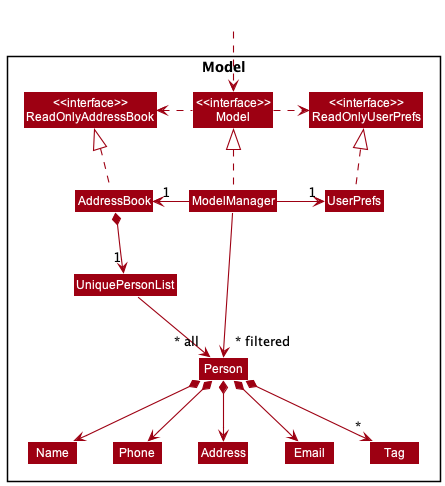
The PlantUML diagram docs/images/ModelClassDiagram.png in nus-cs2103-AY2223S1/tp, before a commit.
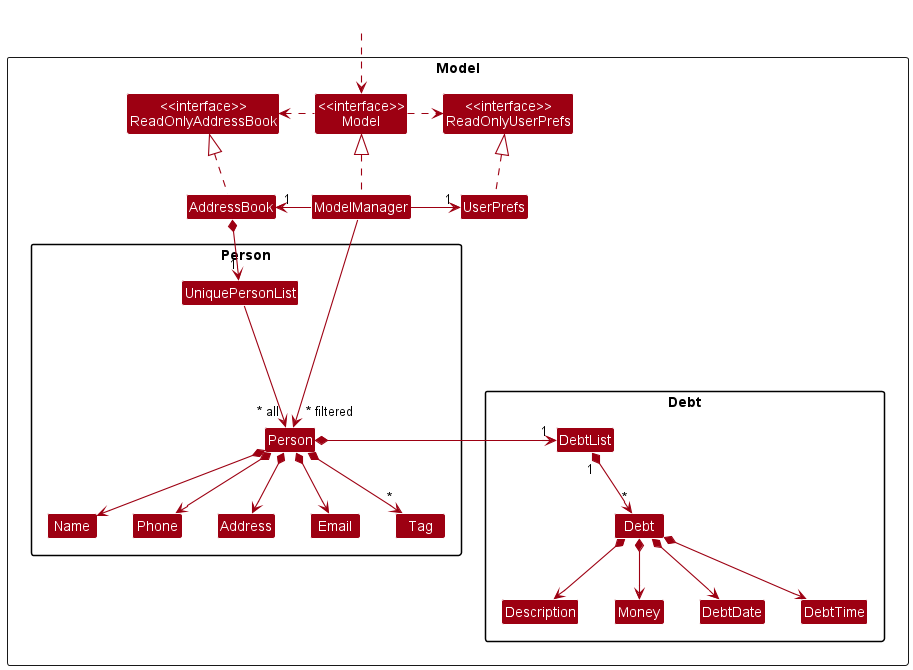
The same file after the commit.

Commit message:
Update DG Model section

The edit, as a diff of the source:
```diff
@@ -12,13 +12,24 @@
 Class ModelManager
 Class UserPrefs
 
-Class UniquePersonList
-Class Person
-Class Address
-Class Email
-Class Name
-Class Phone
-Class Tag
+package "Person" {
+    Class UniquePersonList
+    Class Person
+    Class Address
+    Class Email
+    Class Name
+    Class Phone
+    Class Tag
+}
+
+package "Debt" {
+    Class DebtList
+    Class Debt
+    Class Description
+    Class Money
+    Class DebtDate
+    Class DebtTime
+}
 
 }
 
@@ -34,17 +45,30 @@
 ModelManager -right-> "1" UserPrefs
 UserPrefs .up.|> ReadOnlyUserPrefs
 
+ModelManager --->"~* filtered" Person
+
 AddressBook *--> "1" UniquePersonList
-UniquePersonList --> "~* all" Person
+UniquePersonList ---> "~* all" Person
 Person *--> Name
 Person *--> Phone
 Person *--> Email
 Person *--> Address
 Person *--> "*" Tag
+Person *-right-> "1" DebtList
 
 Name -[hidden]right-> Phone
 Phone -[hidden]right-> Address
 Address -[hidden]right-> Email
 
-ModelManager -->"~* filtered" Person
+DebtList "1" *--> "*" Debt
+Debt *--> Description
+Debt *--> Money
+Debt *--> DebtDate
+Debt *--> DebtTime
+
+Description -[hidden]right-> Money
+Money -[hidden]right-> DebtDate
+DebtDate -[hidden]right-> DebtTime
+
+
 @enduml
```
